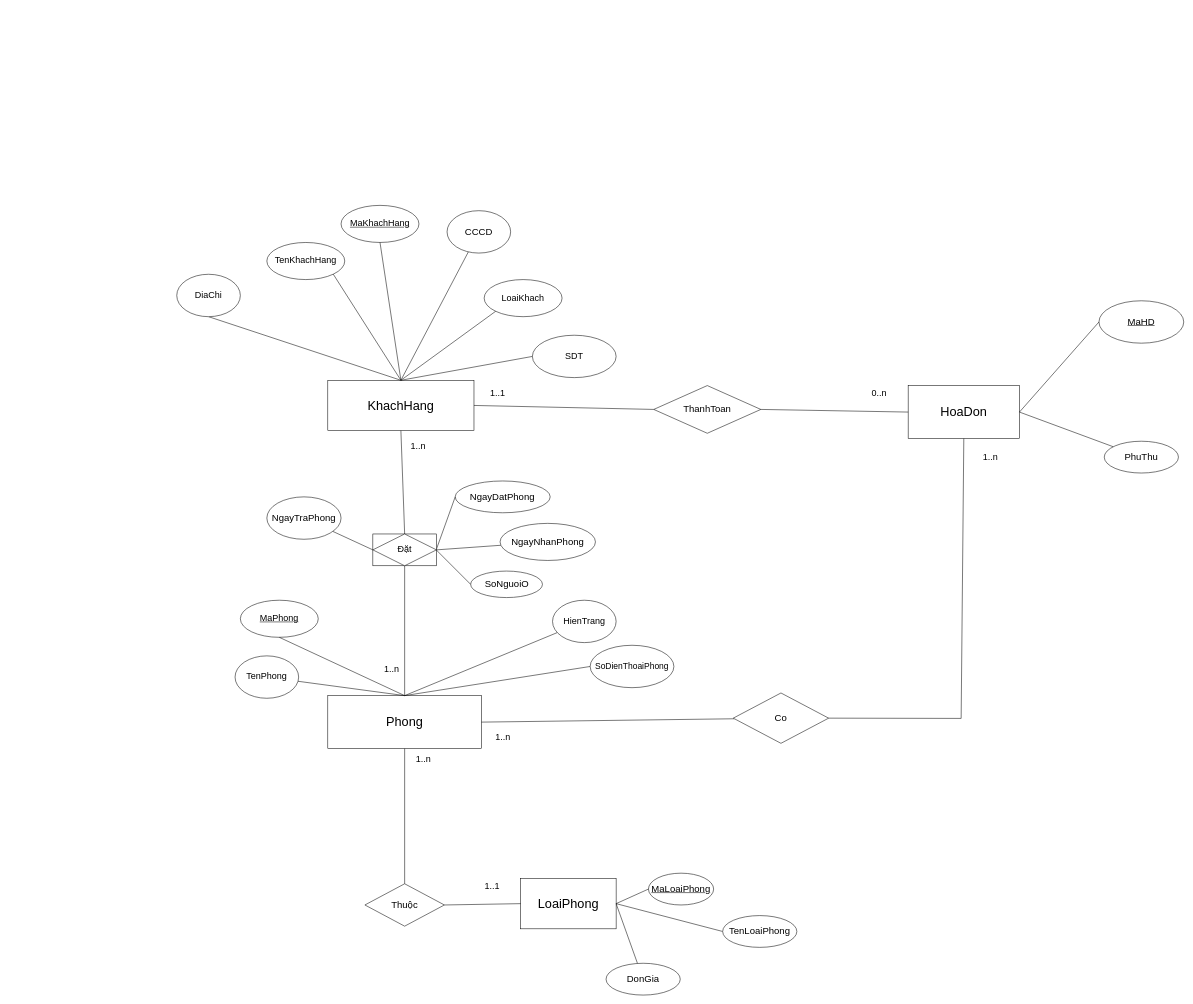
This is QLKhachSan.drawio from chalf/hotel_manager_cnpm, a draw.io file, before an edit. Source tidied: cells renumbered, new cells numbered last; positions are measured from the earlier drawing's top-left corner, leaving out a move shared by most shapes. Both pictures are drawn from the tidied source at 53%, with x=0, y=0 at pixel (176, 205).
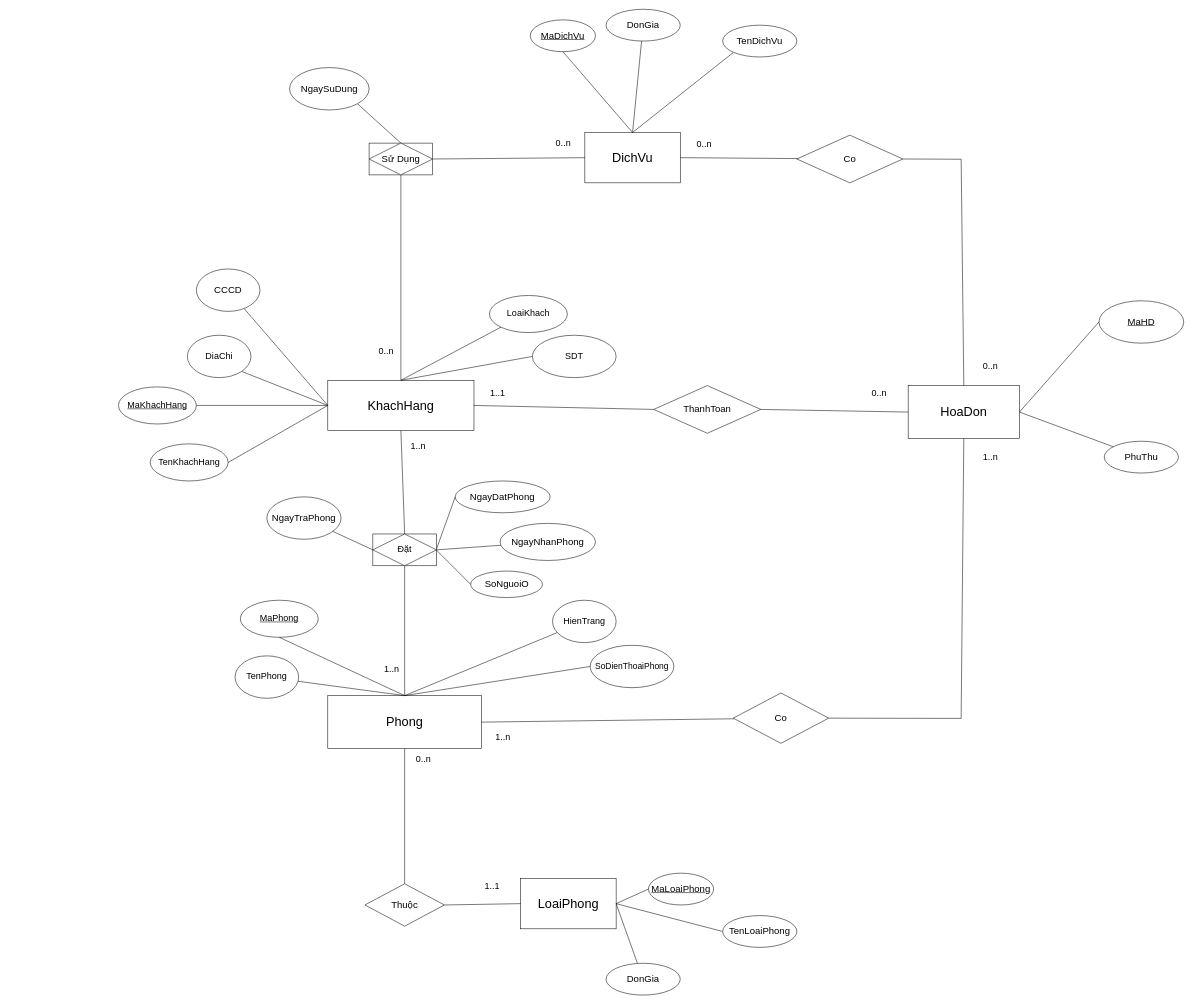
The same page after the edit.

The change refers to these unchanged cells:
```xml
<mxCell id="2" value="&lt;font style=&quot;font-size: 24px;&quot;&gt;KhachHang&lt;/font&gt;" style="rounded=0;whiteSpace=wrap;html=1;" parent="1" vertex="1">
  <mxGeometry x="285" y="330" width="275.8" height="95" as="geometry" />
</mxCell>
<mxCell id="50" value="&lt;font style=&quot;font-size: 24px;&quot;&gt;HoaDon&lt;/font&gt;" style="rounded=0;whiteSpace=wrap;html=1;fontSize=18;" parent="1" vertex="1">
  <mxGeometry x="1380" y="340" width="210" height="100" as="geometry" />
</mxCell>
```

Diff of the diagram source:
```diff
@@
     <mxCell id="3" value="&lt;span style=&quot;font-size: 17px;&quot;&gt;&lt;u&gt;MaKhachHang&lt;/u&gt;&lt;/span&gt;" style="ellipse;whiteSpace=wrap;html=1;" parent="1" vertex="1">
-      <mxGeometry x="310" width="147" height="70" as="geometry" />
+      <mxGeometry x="-110" y="342.5" width="147" height="70" as="geometry" />
     </mxCell>
     <mxCell id="4" value="&lt;span style=&quot;font-size: 17px;&quot;&gt;TenKhachHang&lt;/span&gt;" style="ellipse;whiteSpace=wrap;html=1;" parent="1" vertex="1">
-      <mxGeometry x="170" y="70" width="147" height="70" as="geometry" />
+      <mxGeometry x="-50" y="450" width="147" height="70" as="geometry" />
     </mxCell>
     <mxCell id="5" value="&lt;span style=&quot;font-size: 17px;&quot;&gt;LoaiKhach&lt;/span&gt;" style="ellipse;whiteSpace=wrap;html=1;" parent="1" vertex="1">
-      <mxGeometry x="580" y="140" width="147" height="70" as="geometry" />
+      <mxGeometry x="590" y="170" width="147" height="70" as="geometry" />
     </mxCell>
@@
-    <mxCell id="7" style="endArrow=none;html=1;rounded=0;exitX=1;exitY=1;exitDx=0;exitDy=0;entryX=0.5;entryY=0;entryDx=0;entryDy=0;" parent="1" edge="1" source="4" target="2">
+    <mxCell id="7" style="endArrow=none;html=1;rounded=0;exitX=1;exitY=0.5;exitDx=0;exitDy=0;entryX=0;entryY=0.5;entryDx=0;entryDy=0;" parent="1" edge="1" source="4" target="2">
       <mxGeometry relative="1" as="geometry" />
     </mxCell>
-    <mxCell id="8" style="endArrow=none;html=1;rounded=0;entryX=0.5;entryY=1;entryDx=0;entryDy=0;exitX=0.5;exitY=0;exitDx=0;exitDy=0;" parent="1" edge="1" source="2" target="3">
+    <mxCell id="8" style="endArrow=none;html=1;rounded=0;entryX=1;entryY=0.5;entryDx=0;entryDy=0;exitX=0;exitY=0.5;exitDx=0;exitDy=0;" parent="1" edge="1" source="2" target="3">
       <mxGeometry relative="1" as="geometry" />
     </mxCell>
@@
-    <mxCell id="16" style="endArrow=none;html=1;rounded=0;entryX=0.5;entryY=0;entryDx=0;entryDy=0;exitX=0.5;exitY=1;exitDx=0;exitDy=0;" parent="1" edge="1" source="17" target="2">
+    <mxCell id="16" style="endArrow=none;html=1;rounded=0;entryX=0;entryY=0.5;entryDx=0;entryDy=0;exitX=1;exitY=1;exitDx=0;exitDy=0;" parent="1" edge="1" source="17" target="2">
       <mxGeometry relative="1" as="geometry" />
     </mxCell>
     <mxCell id="17" value="&lt;font style=&quot;font-size: 17px;&quot;&gt;DiaChi&lt;/font&gt;" style="ellipse;whiteSpace=wrap;html=1;" parent="1" vertex="1">
-      <mxGeometry y="130" width="120" height="80" as="geometry" />
+      <mxGeometry x="20" y="245" width="120" height="80" as="geometry" />
     </mxCell>
@@
-    <mxCell id="38" value="&lt;font style=&quot;font-size: 17px;&quot;&gt;1..n&lt;/font&gt;" style="text;html=1;align=center;verticalAlign=middle;strokeColor=none;fillColor=none;" parent="1" vertex="1">
+    <mxCell id="38" value="&lt;font style=&quot;font-size: 17px;&quot;&gt;0..n&lt;/font&gt;" style="text;html=1;align=center;verticalAlign=middle;strokeColor=none;fillColor=none;" parent="1" vertex="1">
       <mxGeometry x="440" y="1030" width="50" height="30" as="geometry" />
     </mxCell>
@@
-    <mxCell id="48" style="endArrow=none;html=1;rounded=0;exitX=0.5;exitY=0;exitDx=0;exitDy=0;" parent="1" edge="1" source="2" target="49">
+    <mxCell id="48" style="endArrow=none;html=1;rounded=0;exitX=0;exitY=0.5;exitDx=0;exitDy=0;" parent="1" edge="1" source="2" target="49">
       <mxGeometry relative="1" as="geometry" />
     </mxCell>
     <mxCell id="49" value="&lt;font style=&quot;font-size: 18px;&quot;&gt;CCCD&lt;/font&gt;" style="ellipse;whiteSpace=wrap;html=1;" parent="1" vertex="1">
-      <mxGeometry x="510" y="10" width="120" height="80" as="geometry" />
+      <mxGeometry x="37" y="120" width="120" height="80" as="geometry" />
     </mxCell>
@@
+    <mxCell id="65" style="edgeStyle=orthogonalEdgeStyle;rounded=0;orthogonalLoop=1;jettySize=auto;html=1;exitX=0.5;exitY=1;exitDx=0;exitDy=0;" parent="1" edge="1">
+      <mxGeometry relative="1" as="geometry">
+        <mxPoint x="-308.5" y="250" as="sourcePoint" />
+        <mxPoint x="-308.5" y="250" as="targetPoint" />
+      </mxGeometry>
+    </mxCell>
+    <mxCell id="66" value="&lt;font style=&quot;font-size: 24px;&quot;&gt;DichVu&lt;/font&gt;" style="rounded=0;whiteSpace=wrap;html=1;fontSize=18;" parent="1" vertex="1">
+      <mxGeometry x="770" y="-137.5" width="180" height="95" as="geometry" />
+    </mxCell>
+    <mxCell id="67" value="&lt;u&gt;MaDichVu&lt;/u&gt;" style="ellipse;whiteSpace=wrap;html=1;align=center;fontSize=18;" parent="1" vertex="1">
+      <mxGeometry x="667" y="-350" width="123" height="60" as="geometry" />
+    </mxCell>
+    <mxCell id="68" style="endArrow=none;html=1;rounded=0;entryX=0.5;entryY=1;entryDx=0;entryDy=0;exitX=0.5;exitY=0;exitDx=0;exitDy=0;fontSize=18;" parent="1" edge="1" source="66" target="67">
+      <mxGeometry relative="1" as="geometry" />
+    </mxCell>
+    <mxCell id="69" style="endArrow=none;html=1;rounded=0;exitX=0.5;exitY=0;exitDx=0;exitDy=0;" parent="1" edge="1" source="66" target="70">
+      <mxGeometry relative="1" as="geometry" />
+    </mxCell>
+    <mxCell id="70" value="&lt;font style=&quot;font-size: 18px;&quot;&gt;DonGia&lt;/font&gt;" style="ellipse;whiteSpace=wrap;html=1;" parent="1" vertex="1">
+      <mxGeometry x="810" y="-370" width="140" height="60" as="geometry" />
+    </mxCell>
+    <mxCell id="71" style="endArrow=none;html=1;rounded=0;exitX=0.5;exitY=0;exitDx=0;exitDy=0;entryX=0;entryY=1;entryDx=0;entryDy=0;" parent="1" edge="1" source="66" target="72">
+      <mxGeometry relative="1" as="geometry" />
+    </mxCell>
+    <mxCell id="72" value="&lt;font style=&quot;font-size: 18px;&quot;&gt;TenDichVu&lt;/font&gt;" style="ellipse;whiteSpace=wrap;html=1;" parent="1" vertex="1">
+      <mxGeometry x="1030" y="-340" width="140" height="60" as="geometry" />
+    </mxCell>
+    <mxCell id="73" style="edgeStyle=orthogonalEdgeStyle;rounded=0;orthogonalLoop=1;jettySize=auto;html=1;exitX=0.5;exitY=1;exitDx=0;exitDy=0;" parent="1" edge="1" source="67" target="67">
+      <mxGeometry relative="1" as="geometry" />
+    </mxCell>
+    <mxCell id="74" value="&lt;font style=&quot;font-size: 17px;&quot;&gt;0..n&lt;/font&gt;" style="text;html=1;align=center;verticalAlign=middle;strokeColor=none;fillColor=none;" parent="1" vertex="1">
+      <mxGeometry x="703.5" y="-132.5" width="50" height="30" as="geometry" />
+    </mxCell>
+    <mxCell id="75" style="endArrow=none;html=1;rounded=0;entryX=0.5;entryY=0;entryDx=0;entryDy=0;exitX=0.5;exitY=1;exitDx=0;exitDy=0;" parent="1" edge="1" source="84" target="2">
+      <mxGeometry relative="1" as="geometry" />
+    </mxCell>
+    <mxCell id="76" style="endArrow=none;html=1;rounded=0;entryX=0;entryY=0.5;entryDx=0;entryDy=0;exitX=1;exitY=0.5;exitDx=0;exitDy=0;" parent="1" edge="1" source="84" target="66">
+      <mxGeometry relative="1" as="geometry" />
+    </mxCell>
+    <mxCell id="77" value="&lt;font style=&quot;font-size: 17px;&quot;&gt;0..n&lt;/font&gt;" style="text;html=1;align=center;verticalAlign=middle;strokeColor=none;fillColor=none;" parent="1" vertex="1">
+      <mxGeometry x="370" y="260" width="50" height="30" as="geometry" />
+    </mxCell>
+    <mxCell id="78" style="endArrow=none;html=1;rounded=0;exitX=1;exitY=0.5;exitDx=0;exitDy=0;" parent="1" edge="1" source="66" target="79">
+      <mxGeometry relative="1" as="geometry" />
+    </mxCell>
+    <mxCell id="79" value="&lt;font style=&quot;font-size: 18px;&quot;&gt;Co&lt;/font&gt;" style="rhombus;whiteSpace=wrap;html=1;" parent="1" vertex="1">
+      <mxGeometry x="1170" y="-132.5" width="200" height="90" as="geometry" />
+    </mxCell>
+    <mxCell id="80" style="endArrow=none;html=1;rounded=0;entryX=1;entryY=0.5;entryDx=0;entryDy=0;exitX=0.5;exitY=0;exitDx=0;exitDy=0;" parent="1" edge="1" source="50" target="79">
+      <mxGeometry relative="1" as="geometry">
+        <Array as="points">
+          <mxPoint x="1480" y="-87" />
+        </Array>
+      </mxGeometry>
+    </mxCell>
+    <mxCell id="81" value="&lt;font style=&quot;font-size: 17px;&quot;&gt;0..n&lt;/font&gt;" style="text;html=1;align=center;verticalAlign=middle;strokeColor=none;fillColor=none;" parent="1" vertex="1">
+      <mxGeometry x="970" y="-130" width="50" height="30" as="geometry" />
+    </mxCell>
+    <mxCell id="82" value="&lt;font style=&quot;font-size: 17px;&quot;&gt;0..n&lt;/font&gt;" style="text;html=1;align=center;verticalAlign=middle;strokeColor=none;fillColor=none;" parent="1" vertex="1">
+      <mxGeometry x="1510" y="290" width="50" height="30" as="geometry" />
+    </mxCell>
+    <mxCell id="83" style="rounded=0;whiteSpace=wrap;html=1;" parent="1" vertex="1">
+      <mxGeometry x="362.9" y="-117.5" width="120" height="60" as="geometry" />
+    </mxCell>
+    <mxCell id="84" value="&lt;span style=&quot;font-size: 18px;&quot;&gt;Sử Dụng&lt;/span&gt;" style="shape=rhombus;perimeter=rhombusPerimeter;whiteSpace=wrap;html=1;align=center;" parent="1" vertex="1">
+      <mxGeometry x="362.9" y="-117.5" width="120" height="60" as="geometry" />
+    </mxCell>
+    <mxCell id="85" style="endArrow=none;html=1;rounded=0;entryX=0.5;entryY=0;entryDx=0;entryDy=0;exitX=1;exitY=1;exitDx=0;exitDy=0;" parent="1" edge="1" source="86" target="84">
+      <mxGeometry relative="1" as="geometry" />
+    </mxCell>
+    <mxCell id="86" value="&lt;font style=&quot;font-size: 18px;&quot;&gt;NgaySuDung&lt;/font&gt;" style="ellipse;whiteSpace=wrap;html=1;" parent="1" vertex="1">
+      <mxGeometry x="212.9" y="-260" width="150" height="80" as="geometry" />
+    </mxCell>
```
